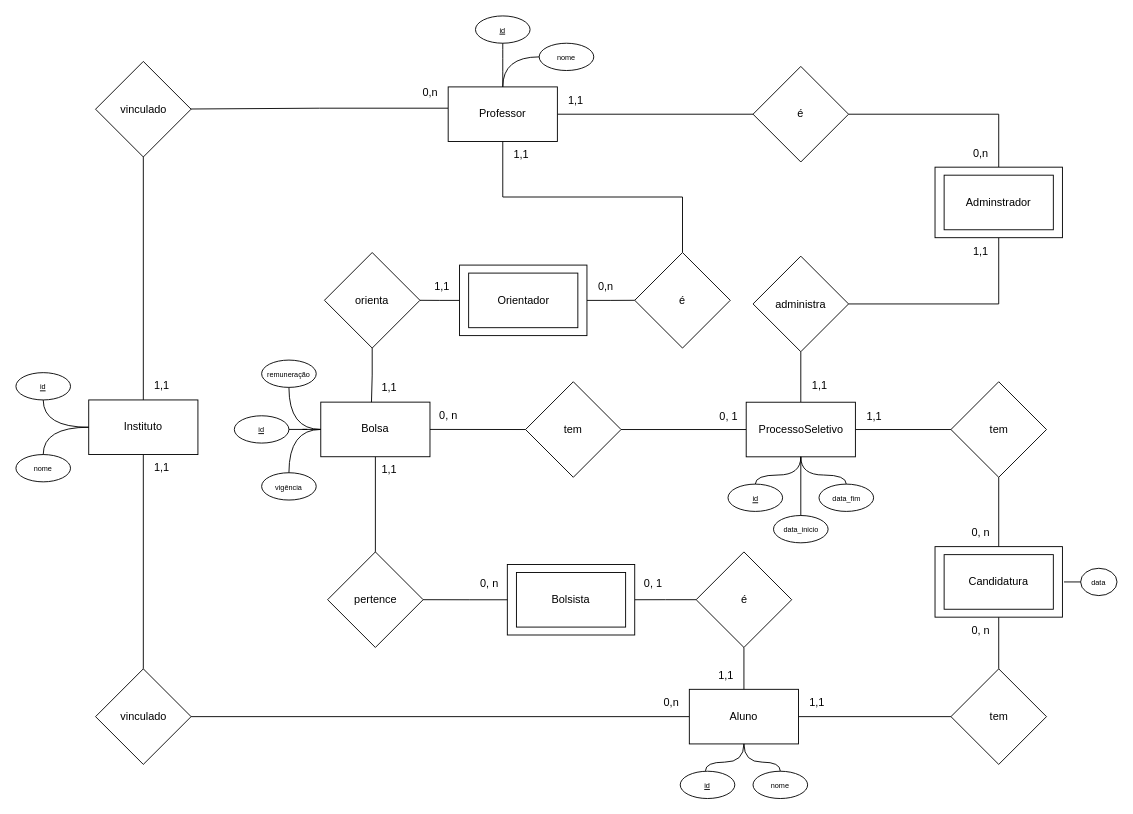
malucsta/gerenciamento-de-bolsas keeps this draw.io diagram as Diagrama sem nome.drawio. Above is the earlier version. Source tidied: cells renumbered, new cells numbered last; positions are measured from the earlier drawing's top-left corner, leaving out a move shared by most shapes. Both pictures are drawn from the tidied source at 91%, with x=0, y=0 at pixel (15, 15).
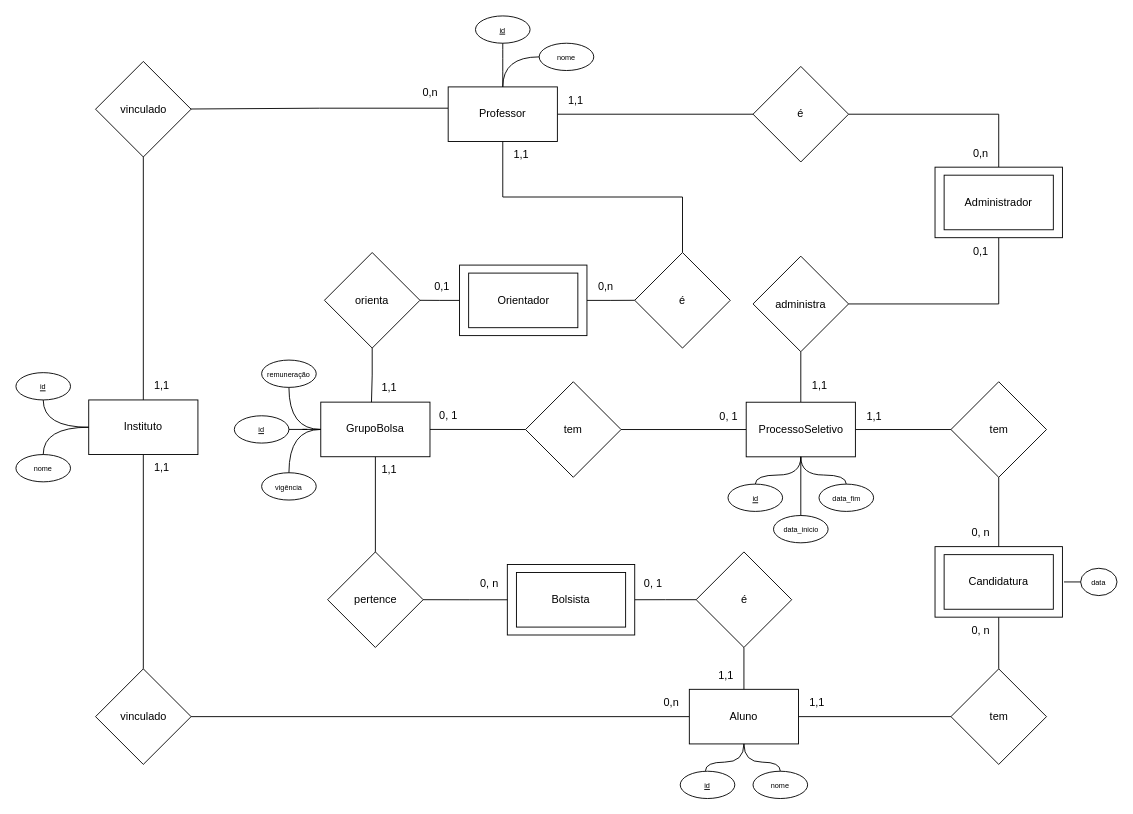
Above is the later version.

Commit message:
Atualizando Cardinalidades e Renovando conceito de Entidades

The change refers to these unchanged cells:
```xml
<mxCell id="70" style="group;" parent="1" vertex="1">
  <mxGeometry x="210" y="378.2" width="285" height="153.8" as="geometry" />
</mxCell>
<mxCell id="97" style="group;" parent="1" vertex="1">
  <mxGeometry x="1010" y="136.2" width="140" height="137.5" as="geometry" />
</mxCell>
<mxCell id="100" style="group;" parent="97" vertex="1">
  <mxGeometry y="30" width="140" height="77.5" as="geometry" />
</mxCell>
<mxCell id="103" style="group;" parent="1" vertex="1">
  <mxGeometry x="447.5" y="273.8" width="220" height="77.5" as="geometry" />
</mxCell>
```

Diff of the diagram source:
```diff
@@
-    <mxCell id="71" value="Bolsa" style="rounded=0;whiteSpace=wrap;html=1;" parent="70" vertex="1">
+    <mxCell id="71" value="GrupoBolsa" style="rounded=0;whiteSpace=wrap;html=1;" parent="70" vertex="1">
       <mxGeometry x="125" y="46.2" width="120" height="60" as="geometry" />
     </mxCell>
-    <mxCell id="72" value="0, n" style="text;html=1;align=center;verticalAlign=middle;strokeColor=none;fillColor=none;" parent="70" vertex="1">
+    <mxCell id="72" value="0, 1" style="text;html=1;align=center;verticalAlign=middle;strokeColor=none;fillColor=none;" parent="70" vertex="1">
       <mxGeometry x="245" y="46.2" width="40" height="30" as="geometry" />
     </mxCell>
@@
-    <mxCell id="98" value="1,1" style="text;html=1;align=center;verticalAlign=middle;strokeColor=none;fillColor=none;" parent="97" vertex="1">
+    <mxCell id="98" value="0,1" style="text;html=1;align=center;verticalAlign=middle;strokeColor=none;fillColor=none;" parent="97" vertex="1">
       <mxGeometry x="30" y="107.5" width="40" height="30" as="geometry" />
     </mxCell>
@@
-    <mxCell id="102" value="Adminstrador" style="rounded=0;whiteSpace=wrap;html=1;" parent="100" vertex="1">
+    <mxCell id="102" value="Administrador" style="rounded=0;whiteSpace=wrap;html=1;" parent="100" vertex="1">
       <mxGeometry x="10" y="8.8" width="120" height="60" as="geometry" />
     </mxCell>
@@
-    <mxCell id="108" value="1,1" style="text;html=1;align=center;verticalAlign=middle;strokeColor=none;fillColor=none;" parent="103" vertex="1">
+    <mxCell id="108" value="0,1" style="text;html=1;align=center;verticalAlign=middle;strokeColor=none;fillColor=none;" parent="103" vertex="1">
       <mxGeometry y="9.5" width="40" height="30" as="geometry" />
     </mxCell>
```
